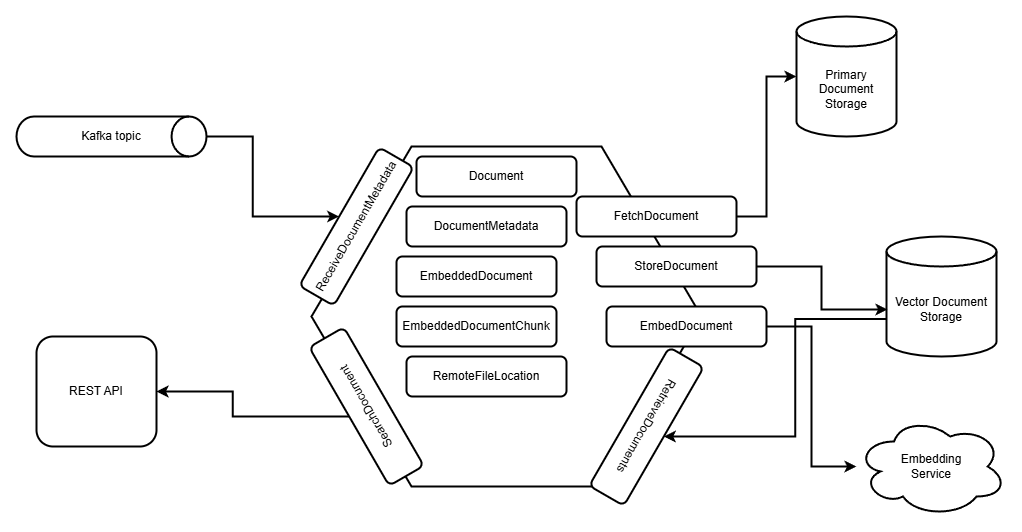
MarkSudnev/okey-dockey keeps this draw.io diagram as purple-app/docs/architecture.png. Above is the earlier version. Source tidied: cells renumbered, new cells last; positions are measured from the earlier drawing's top-left corner, leaving out a move shared by most shapes.
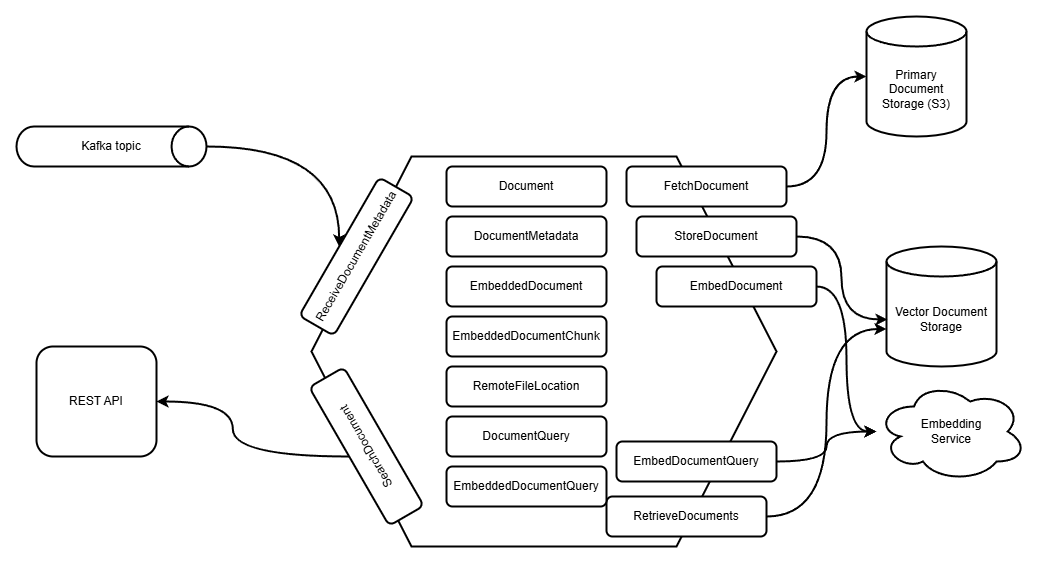
After the commit.

Commit message:
purple-app: update scheme

Change to the diagram source:
```diff
@@ -3,73 +3,85 @@
     <mxCell id="0" />
     <mxCell id="1" parent="0" />
     <mxCell id="2" style="shape=hexagon;perimeter=hexagonPerimeter2;whiteSpace=wrap;html=1;fixedSize=1;size=100;strokeWidth=2;" parent="1" vertex="1">
-      <mxGeometry x="295" y="130" width="390" height="340" as="geometry" />
+      <mxGeometry x="295" y="130" width="465" height="390" as="geometry" />
     </mxCell>
-    <mxCell id="3" style="edgeStyle=orthogonalEdgeStyle;rounded=0;jettySize=auto;html=1;exitX=1;exitY=0.5;exitDx=0;exitDy=0;exitPerimeter=0;entryX=0.5;entryY=0;entryDx=0;entryDy=0;strokeWidth=2;" parent="1" edge="1" source="4" target="6">
+    <mxCell id="3" style="edgeStyle=orthogonalEdgeStyle;rounded=0;jettySize=auto;html=1;exitX=1;exitY=0.5;exitDx=0;exitDy=0;exitPerimeter=0;entryX=0.5;entryY=0;entryDx=0;entryDy=0;strokeWidth=2;curved=1;" parent="1" edge="1" source="4" target="6">
       <mxGeometry relative="1" as="geometry" />
     </mxCell>
     <mxCell id="4" value="Kafka topic" style="strokeWidth=2;html=1;shape=mxgraph.flowchart.direct_data;whiteSpace=wrap;" parent="1" vertex="1">
       <mxGeometry y="100" width="190" height="40" as="geometry" />
     </mxCell>
     <mxCell id="5" value="Document" style="rounded=1;whiteSpace=wrap;html=1;strokeWidth=2;" parent="1" vertex="1">
-      <mxGeometry x="400" y="140" width="160" height="40" as="geometry" />
+      <mxGeometry x="430" y="140" width="160" height="40" as="geometry" />
     </mxCell>
     <mxCell id="6" value="ReceiveDocumentMetadata" style="rounded=1;whiteSpace=wrap;html=1;rotation=-60;strokeWidth=2;" parent="1" vertex="1">
-      <mxGeometry x="260" y="190" width="160" height="40" as="geometry" />
+      <mxGeometry x="260" y="210" width="160" height="40" as="geometry" />
     </mxCell>
     <mxCell id="7" value="DocumentMetadata" style="rounded=1;whiteSpace=wrap;html=1;strokeWidth=2;" parent="1" vertex="1">
-      <mxGeometry x="390" y="190" width="160" height="40" as="geometry" />
+      <mxGeometry x="430" y="190" width="160" height="40" as="geometry" />
     </mxCell>
     <mxCell id="8" value="REST API" style="rounded=1;whiteSpace=wrap;html=1;strokeWidth=2;" parent="1" vertex="1">
       <mxGeometry x="20" y="320" width="120" height="110" as="geometry" />
     </mxCell>
     <mxCell id="9" value="StoreDocument" style="rounded=1;whiteSpace=wrap;html=1;rotation=0;strokeWidth=2;" parent="1" vertex="1">
-      <mxGeometry x="580" y="230" width="160" height="40" as="geometry" />
+      <mxGeometry x="620" y="190" width="160" height="40" as="geometry" />
     </mxCell>
     <mxCell id="10" value="EmbedDocument" style="rounded=1;whiteSpace=wrap;html=1;rotation=0;strokeWidth=2;" parent="1" vertex="1">
-      <mxGeometry x="590" y="290" width="160" height="40" as="geometry" />
+      <mxGeometry x="640" y="240" width="160" height="40" as="geometry" />
     </mxCell>
-    <mxCell id="11" value="RetrieveDocuments" style="rounded=1;whiteSpace=wrap;html=1;rotation=-240;strokeWidth=2;" parent="1" vertex="1">
-      <mxGeometry x="550" y="390" width="160" height="40" as="geometry" />
+    <mxCell id="11" value="RetrieveDocuments" style="rounded=1;whiteSpace=wrap;html=1;rotation=0;strokeWidth=2;" parent="1" vertex="1">
+      <mxGeometry x="590" y="470" width="160" height="40" as="geometry" />
     </mxCell>
-    <mxCell id="12" style="edgeStyle=orthogonalEdgeStyle;rounded=0;jettySize=auto;html=1;exitX=0.5;exitY=0;exitDx=0;exitDy=0;entryX=1;entryY=0.5;entryDx=0;entryDy=0;curved=0;strokeWidth=2;" parent="1" edge="1" source="13" target="8">
+    <mxCell id="12" style="edgeStyle=orthogonalEdgeStyle;rounded=0;jettySize=auto;html=1;exitX=0.5;exitY=0;exitDx=0;exitDy=0;entryX=1;entryY=0.5;entryDx=0;entryDy=0;curved=1;strokeWidth=2;" parent="1" edge="1" source="13" target="8">
       <mxGeometry relative="1" as="geometry" />
     </mxCell>
     <mxCell id="13" value="SearchDocument" style="rounded=1;whiteSpace=wrap;html=1;rotation=-120;strokeWidth=2;" parent="1" vertex="1">
-      <mxGeometry x="270" y="370" width="160" height="40" as="geometry" />
+      <mxGeometry x="270" y="400" width="160" height="40" as="geometry" />
     </mxCell>
     <mxCell id="14" value="FetchDocument" style="rounded=1;whiteSpace=wrap;html=1;rotation=0;strokeWidth=2;" parent="1" vertex="1">
-      <mxGeometry x="560" y="180" width="160" height="40" as="geometry" />
+      <mxGeometry x="610" y="140" width="160" height="40" as="geometry" />
     </mxCell>
-    <mxCell id="15" value="Primary Document&lt;div&gt;Storage&lt;/div&gt;" style="shape=cylinder3;whiteSpace=wrap;html=1;boundedLbl=1;backgroundOutline=1;size=15;strokeWidth=2;" parent="1" vertex="1">
-      <mxGeometry x="780" width="100" height="120" as="geometry" />
+    <mxCell id="15" value="Primary Document&lt;div&gt;Storage (S3)&lt;/div&gt;" style="shape=cylinder3;whiteSpace=wrap;html=1;boundedLbl=1;backgroundOutline=1;size=15;strokeWidth=2;" parent="1" vertex="1">
+      <mxGeometry x="850" y="-10" width="100" height="120" as="geometry" />
     </mxCell>
-    <mxCell id="16" style="edgeStyle=orthogonalEdgeStyle;rounded=0;jettySize=auto;html=1;exitX=1;exitY=0.5;exitDx=0;exitDy=0;entryX=0;entryY=0.5;entryDx=0;entryDy=0;entryPerimeter=0;strokeWidth=2;" parent="1" edge="1" source="14" target="15">
+    <mxCell id="16" style="edgeStyle=orthogonalEdgeStyle;rounded=0;jettySize=auto;html=1;exitX=1;exitY=0.5;exitDx=0;exitDy=0;entryX=0;entryY=0.5;entryDx=0;entryDy=0;entryPerimeter=0;strokeWidth=2;curved=1;" parent="1" edge="1" source="14" target="15">
       <mxGeometry relative="1" as="geometry" />
     </mxCell>
-    <mxCell id="17" style="edgeStyle=orthogonalEdgeStyle;rounded=0;jettySize=auto;html=1;exitX=0;exitY=0;exitDx=0;exitDy=82.5;exitPerimeter=0;entryX=0.5;entryY=0;entryDx=0;entryDy=0;strokeWidth=2;" parent="1" edge="1" source="18" target="11">
-      <mxGeometry relative="1" as="geometry" />
-    </mxCell>
     <mxCell id="18" value="Vector Document Storage" style="shape=cylinder3;whiteSpace=wrap;html=1;boundedLbl=1;backgroundOutline=1;size=15;strokeWidth=2;" parent="1" vertex="1">
       <mxGeometry x="870" y="220" width="110" height="120" as="geometry" />
     </mxCell>
-    <mxCell id="19" style="edgeStyle=orthogonalEdgeStyle;rounded=0;jettySize=auto;html=1;exitX=1;exitY=0.5;exitDx=0;exitDy=0;entryX=0.009;entryY=0.608;entryDx=0;entryDy=0;entryPerimeter=0;strokeWidth=2;" parent="1" edge="1" source="9" target="18">
+    <mxCell id="19" style="edgeStyle=orthogonalEdgeStyle;rounded=0;jettySize=auto;html=1;exitX=1;exitY=0.5;exitDx=0;exitDy=0;entryX=0.009;entryY=0.608;entryDx=0;entryDy=0;entryPerimeter=0;strokeWidth=2;curved=1;" parent="1" edge="1" source="9" target="18">
       <mxGeometry relative="1" as="geometry" />
     </mxCell>
     <mxCell id="20" value="Embedding&lt;div&gt;Service&lt;/div&gt;" style="ellipse;shape=cloud;whiteSpace=wrap;html=1;strokeWidth=2;" parent="1" vertex="1">
-      <mxGeometry x="840" y="400" width="150" height="100" as="geometry" />
+      <mxGeometry x="860" y="355" width="150" height="100" as="geometry" />
     </mxCell>
-    <mxCell id="21" style="edgeStyle=orthogonalEdgeStyle;rounded=0;jettySize=auto;html=1;exitX=1;exitY=0.5;exitDx=0;exitDy=0;entryX=0;entryY=0.5;entryDx=0;entryDy=0;entryPerimeter=0;strokeWidth=2;" parent="1" edge="1" source="10" target="20">
+    <mxCell id="21" style="edgeStyle=orthogonalEdgeStyle;rounded=0;jettySize=auto;html=1;exitX=1;exitY=0.5;exitDx=0;exitDy=0;entryX=0;entryY=0.5;entryDx=0;entryDy=0;entryPerimeter=0;strokeWidth=2;curved=1;" parent="1" edge="1" source="10" target="20">
       <mxGeometry relative="1" as="geometry" />
     </mxCell>
     <mxCell id="22" value="EmbeddedDocument" style="rounded=1;whiteSpace=wrap;html=1;strokeWidth=2;" parent="1" vertex="1">
-      <mxGeometry x="380" y="240" width="160" height="40" as="geometry" />
+      <mxGeometry x="430" y="240" width="160" height="40" as="geometry" />
     </mxCell>
     <mxCell id="23" value="EmbeddedDocumentChunk" style="rounded=1;whiteSpace=wrap;html=1;strokeWidth=2;" parent="1" vertex="1">
-      <mxGeometry x="380" y="290" width="160" height="40" as="geometry" />
+      <mxGeometry x="430" y="290" width="160" height="40" as="geometry" />
     </mxCell>
     <mxCell id="24" value="RemoteFileLocation" style="rounded=1;whiteSpace=wrap;html=1;strokeWidth=2;" parent="1" vertex="1">
-      <mxGeometry x="390" y="340" width="160" height="40" as="geometry" />
+      <mxGeometry x="430" y="340" width="160" height="40" as="geometry" />
     </mxCell>
+    <mxCell id="25" style="edgeStyle=orthogonalEdgeStyle;rounded=0;jettySize=auto;html=1;entryX=0;entryY=0;entryDx=0;entryDy=82.5;entryPerimeter=0;strokeWidth=2;curved=1;" parent="1" edge="1" source="11" target="18">
+      <mxGeometry relative="1" as="geometry" />
+    </mxCell>
+    <mxCell id="26" style="edgeStyle=orthogonalEdgeStyle;rounded=0;jettySize=auto;html=1;exitX=1;exitY=0.5;exitDx=0;exitDy=0;strokeWidth=2;curved=1;" parent="1" edge="1" source="27" target="20">
+      <mxGeometry relative="1" as="geometry" />
+    </mxCell>
+    <mxCell id="27" value="EmbedDocumentQuery" style="rounded=1;whiteSpace=wrap;html=1;rotation=0;strokeWidth=2;" parent="1" vertex="1">
+      <mxGeometry x="600" y="415" width="160" height="40" as="geometry" />
+    </mxCell>
+    <mxCell id="28" value="DocumentQuery" style="rounded=1;whiteSpace=wrap;html=1;strokeWidth=2;" parent="1" vertex="1">
+      <mxGeometry x="430" y="390" width="160" height="40" as="geometry" />
+    </mxCell>
+    <mxCell id="29" value="EmbeddedDocumentQuery" style="rounded=1;whiteSpace=wrap;html=1;strokeWidth=2;" parent="1" vertex="1">
+      <mxGeometry x="430" y="440" width="160" height="40" as="geometry" />
+    </mxCell>
   </root>
 </mxGraphModel>
```
